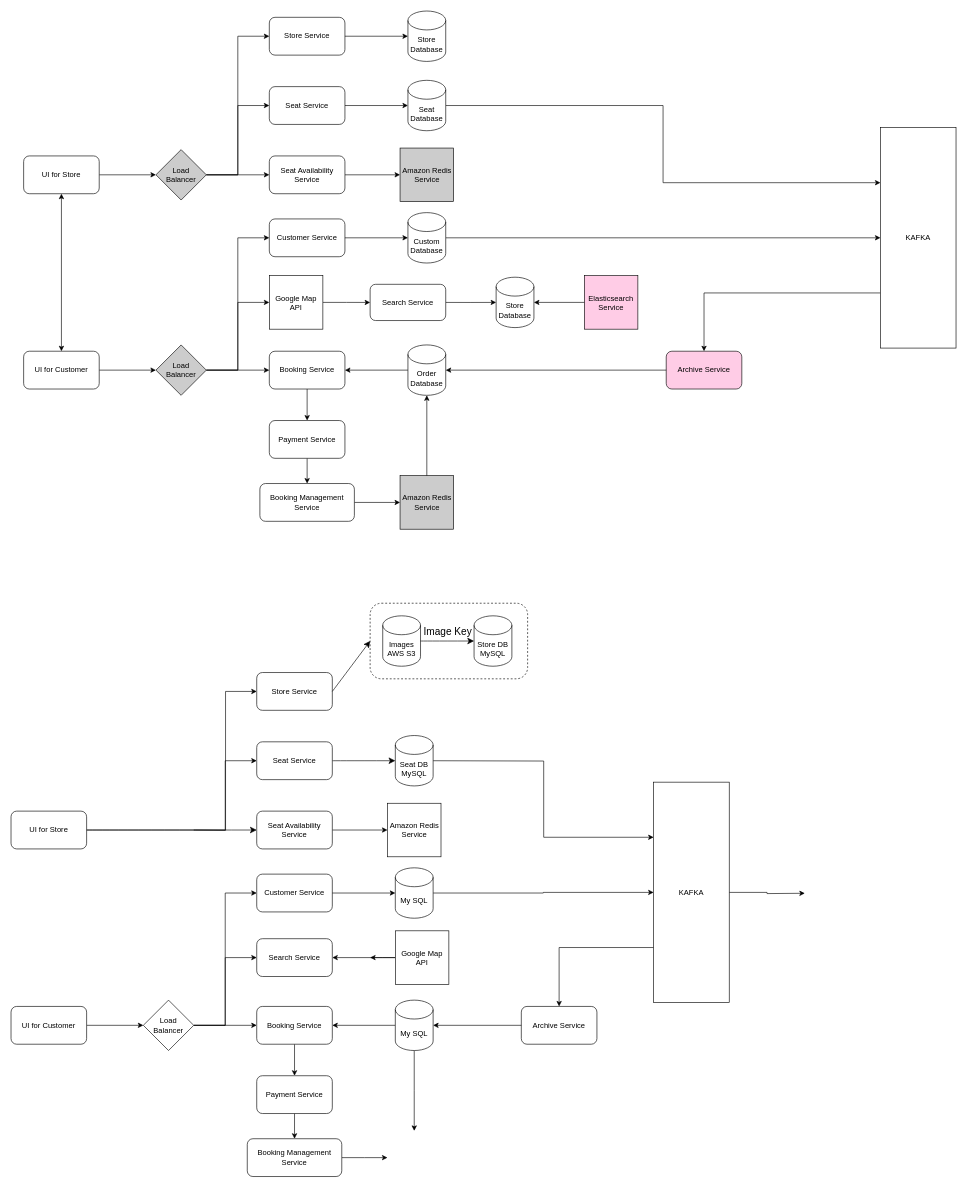
This is Untitled Diagram.drawio from dodooodo/feplace, a draw.io file, before an edit. Source tidied: cells renumbered, new cells numbered last; positions are measured from the earlier drawing's top-left corner, leaving out a move shared by most shapes. Both pictures are drawn from the tidied source at 63%, with x=0, y=0 at pixel (11, 11).
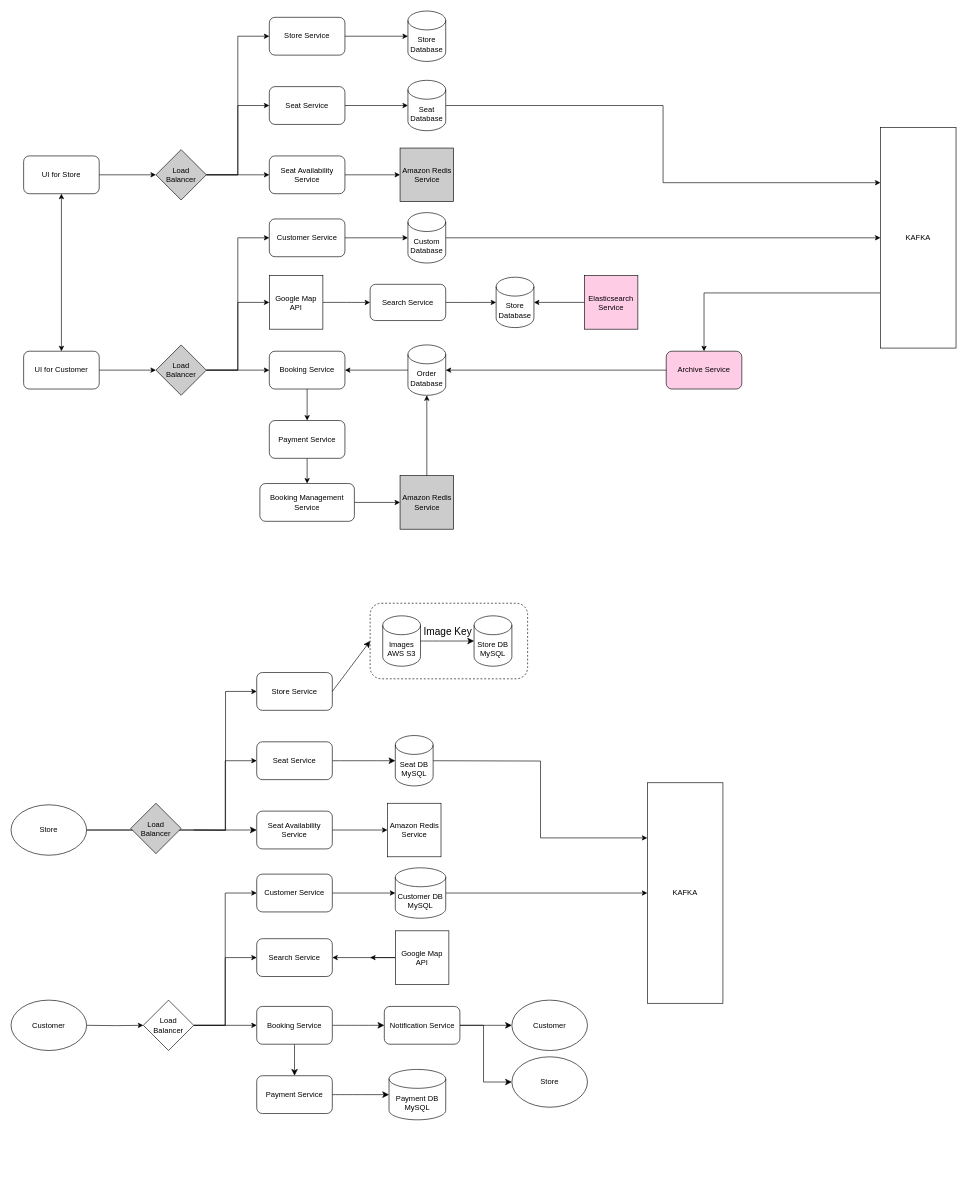
Above is the later version.

Unchanged cells that the change refers to:
```xml
<mxCell id="52" value="Load&lt;div&gt;Balancer&lt;/div&gt;" style="rhombus;whiteSpace=wrap;html=1;" parent="1" vertex="1">
  <mxGeometry x="210" y="1570" width="80" height="80" as="geometry" />
</mxCell>
<mxCell id="55" value="Seat Availability Service" style="rounded=1;whiteSpace=wrap;html=1;" parent="1" vertex="1">
  <mxGeometry x="390" y="1270" width="120" height="60" as="geometry" />
</mxCell>
<mxCell id="58" value="Booking Service" style="rounded=1;whiteSpace=wrap;html=1;" parent="1" vertex="1">
  <mxGeometry x="390" y="1580" width="120" height="60" as="geometry" />
</mxCell>
<mxCell id="60" value="Payment Service" style="rounded=1;whiteSpace=wrap;html=1;" parent="1" vertex="1">
  <mxGeometry x="390" y="1690" width="120" height="60" as="geometry" />
</mxCell>
<mxCell id="78" value="Seat Service" style="rounded=1;whiteSpace=wrap;html=1;" parent="1" vertex="1">
  <mxGeometry x="390" y="1160" width="120" height="60" as="geometry" />
</mxCell>
```

Diff of the diagram source:
```diff
@@
-    <mxCell id="43" style="edgeStyle=none;curved=1;rounded=0;jettySize=auto;html=1;entryX=0;entryY=0.5;entryDx=0;entryDy=0;fontSize=12;startSize=8;endSize=8;" parent="1" edge="1" source="44" target="55">
-      <mxGeometry relative="1" as="geometry" />
+    <mxCell id="43" style="edgeStyle=none;curved=1;rounded=0;jettySize=auto;html=1;entryX=0;entryY=0.5;entryDx=0;entryDy=0;fontSize=12;startSize=8;endSize=8;" parent="1" edge="1" target="55">
+      <mxGeometry relative="1" as="geometry">
+        <mxPoint x="120" y="1300" as="sourcePoint" />
+      </mxGeometry>
     </mxCell>
-    <mxCell id="44" value="UI for Store" style="rounded=1;whiteSpace=wrap;html=1;" parent="1" vertex="1">
-      <mxGeometry y="1270" width="120" height="60" as="geometry" />
-    </mxCell>
-    <mxCell id="45" style="edgeStyle=orthogonalEdgeStyle;rounded=0;jettySize=auto;html=1;exitX=1;exitY=0.5;exitDx=0;exitDy=0;entryX=0;entryY=0.5;entryDx=0;entryDy=0;" parent="1" edge="1" source="46" target="52">
-      <mxGeometry relative="1" as="geometry" />
+    <mxCell id="45" style="edgeStyle=orthogonalEdgeStyle;rounded=0;jettySize=auto;html=1;exitX=1;exitY=0.5;exitDx=0;exitDy=0;entryX=0;entryY=0.5;entryDx=0;entryDy=0;" parent="1" edge="1" target="52">
+      <mxGeometry relative="1" as="geometry">
+        <mxPoint x="120" y="1610" as="sourcePoint" />
+      </mxGeometry>
     </mxCell>
-    <mxCell id="46" value="UI for Customer" style="rounded=1;whiteSpace=wrap;html=1;" parent="1" vertex="1">
-      <mxGeometry y="1580" width="120" height="60" as="geometry" />
-    </mxCell>
@@
-    <mxCell id="48" style="edgeStyle=orthogonalEdgeStyle;rounded=0;jettySize=auto;html=1;exitX=1;exitY=0.5;exitDx=0;exitDy=0;entryX=0;entryY=0.5;entryDx=0;entryDy=0;" parent="1" edge="1" source="44" target="78">
+    <mxCell id="48" style="edgeStyle=orthogonalEdgeStyle;rounded=0;jettySize=auto;html=1;exitX=1;exitY=0.5;exitDx=0;exitDy=0;entryX=0;entryY=0.5;entryDx=0;entryDy=0;" parent="1" edge="1" target="78">
       <mxGeometry relative="1" as="geometry">
+        <mxPoint x="120" y="1300" as="sourcePoint" />
         <Array as="points">
           <mxPoint x="340" y="1300" />
           <mxPoint x="340" y="1190" />
         </Array>
       </mxGeometry>
     </mxCell>
@@
-    <mxCell id="57" style="edgeStyle=orthogonalEdgeStyle;rounded=0;jettySize=auto;html=1;exitX=0.5;exitY=1;exitDx=0;exitDy=0;entryX=0.5;entryY=0;entryDx=0;entryDy=0;" parent="1" edge="1" source="58" target="60">
+    <mxCell id="57" style="edgeStyle=none;curved=1;rounded=0;jettySize=auto;html=1;entryX=0.5;entryY=0;entryDx=0;entryDy=0;fontSize=12;startSize=8;endSize=8;" parent="1" edge="1" source="58" target="60">
       <mxGeometry relative="1" as="geometry" />
     </mxCell>
+    <mxCell id="96" style="edgeStyle=none;curved=1;rounded=0;jettySize=auto;html=1;exitX=1;exitY=0.5;exitDx=0;exitDy=0;fontSize=12;startSize=8;endSize=8;entryX=0;entryY=0.5;entryDx=0;entryDy=0;" parent="1" edge="1" source="58" target="102">
+      <mxGeometry relative="1" as="geometry" />
+    </mxCell>
@@
-    <mxCell id="59" style="edgeStyle=orthogonalEdgeStyle;rounded=0;jettySize=auto;html=1;exitX=0.5;exitY=1;exitDx=0;exitDy=0;entryX=0.5;entryY=0;entryDx=0;entryDy=0;" parent="1" edge="1" source="60" target="62">
-      <mxGeometry relative="1" as="geometry" />
-    </mxCell>
@@
-    <mxCell id="61" style="edgeStyle=orthogonalEdgeStyle;rounded=0;jettySize=auto;html=1;exitX=1;exitY=0.5;exitDx=0;exitDy=0;entryX=0;entryY=0.5;entryDx=0;entryDy=0;" parent="1" edge="1" source="62">
-      <mxGeometry relative="1" as="geometry">
-        <mxPoint x="597.5" y="1820" as="targetPoint" />
-      </mxGeometry>
-    </mxCell>
-    <mxCell id="62" value="Booking Management Service" style="rounded=1;whiteSpace=wrap;html=1;" parent="1" vertex="1">
-      <mxGeometry x="375" y="1790" width="150" height="60" as="geometry" />
-    </mxCell>
-    <mxCell id="63" style="edgeStyle=orthogonalEdgeStyle;rounded=0;jettySize=auto;html=1;exitX=0;exitY=0.5;exitDx=0;exitDy=0;exitPerimeter=0;" parent="1" edge="1" source="65" target="58">
-      <mxGeometry relative="1" as="geometry" />
-    </mxCell>
-    <mxCell id="64" style="edgeStyle=orthogonalEdgeStyle;rounded=0;jettySize=auto;html=1;exitX=0.5;exitY=1;exitDx=0;exitDy=0;exitPerimeter=0;" parent="1" edge="1" source="65">
-      <mxGeometry relative="1" as="geometry">
-        <mxPoint x="640" y="1777.5" as="targetPoint" />
-      </mxGeometry>
-    </mxCell>
-    <mxCell id="65" value="My SQL" style="shape=cylinder3;whiteSpace=wrap;html=1;boundedLbl=1;backgroundOutline=1;size=15;" parent="1" vertex="1">
-      <mxGeometry x="610" y="1570" width="60" height="80" as="geometry" />
-    </mxCell>
@@
-    <mxCell id="71" value="My SQL" style="shape=cylinder3;whiteSpace=wrap;html=1;boundedLbl=1;backgroundOutline=1;size=15;" parent="1" vertex="1">
-      <mxGeometry x="610" y="1360" width="60" height="80" as="geometry" />
+    <mxCell id="71" value="&lt;div&gt;Customer DB&lt;/div&gt;MySQL" style="shape=cylinder3;whiteSpace=wrap;html=1;boundedLbl=1;backgroundOutline=1;size=15;" parent="1" vertex="1">
+      <mxGeometry x="610" y="1360" width="80" height="80" as="geometry" />
     </mxCell>
@@
-    <mxCell id="74" style="edgeStyle=orthogonalEdgeStyle;rounded=0;jettySize=auto;html=1;exitX=0;exitY=0.75;exitDx=0;exitDy=0;" parent="1" edge="1" source="76" target="80">
-      <mxGeometry relative="1" as="geometry" />
-    </mxCell>
-    <mxCell id="75" style="edgeStyle=orthogonalEdgeStyle;rounded=0;jettySize=auto;html=1;exitX=1;exitY=0.5;exitDx=0;exitDy=0;" parent="1" edge="1" source="76">
-      <mxGeometry relative="1" as="geometry">
-        <mxPoint x="1260" y="1400.4" as="targetPoint" />
-      </mxGeometry>
-    </mxCell>
     <mxCell id="76" value="KAFKA" style="rounded=0;whiteSpace=wrap;html=1;" parent="1" vertex="1">
-      <mxGeometry x="1020" y="1224" width="120" height="350" as="geometry" />
+      <mxGeometry x="1010" y="1225" width="120" height="350" as="geometry" />
     </mxCell>
@@
-    <mxCell id="80" value="Archive Service" style="rounded=1;whiteSpace=wrap;html=1;" parent="1" vertex="1">
-      <mxGeometry x="810" y="1580" width="120" height="60" as="geometry" />
-    </mxCell>
-    <mxCell id="81" style="edgeStyle=orthogonalEdgeStyle;rounded=0;jettySize=auto;html=1;exitX=0;exitY=0.5;exitDx=0;exitDy=0;entryX=1;entryY=0.5;entryDx=0;entryDy=0;entryPerimeter=0;" parent="1" edge="1" source="80" target="65">
-      <mxGeometry relative="1" as="geometry" />
-    </mxCell>
@@
+    <mxCell id="97" value="Load&lt;div&gt;Balancer&lt;/div&gt;" style="rhombus;whiteSpace=wrap;html=1;fillColor=#CCCCCC;" parent="1" vertex="1">
+      <mxGeometry x="190" y="1257.5" width="80" height="80" as="geometry" />
+    </mxCell>
@@
+    <mxCell id="98" value="&lt;div&gt;Payment DB&lt;/div&gt;MySQL" style="shape=cylinder3;whiteSpace=wrap;html=1;boundedLbl=1;backgroundOutline=1;size=15;" parent="1" vertex="1">
+      <mxGeometry x="600" y="1680" width="90" height="80" as="geometry" />
+    </mxCell>
@@
+    <mxCell id="99" style="edgeStyle=none;curved=1;rounded=0;jettySize=auto;html=1;entryX=0;entryY=0.5;entryDx=0;entryDy=0;entryPerimeter=0;fontSize=12;startSize=8;endSize=8;" parent="1" edge="1" source="60" target="98">
+      <mxGeometry relative="1" as="geometry" />
+    </mxCell>
@@
+    <mxCell id="100" style="edgeStyle=none;curved=1;rounded=0;jettySize=auto;html=1;exitX=1;exitY=0.5;exitDx=0;exitDy=0;fontSize=12;startSize=8;endSize=8;entryX=0;entryY=0.5;entryDx=0;entryDy=0;" parent="1" edge="1" source="102" target="105">
+      <mxGeometry relative="1" as="geometry" />
+    </mxCell>
@@
+    <mxCell id="101" style="edgeStyle=none;curved=0;rounded=0;jettySize=auto;html=1;exitX=1;exitY=0.5;exitDx=0;exitDy=0;entryX=0;entryY=0.5;entryDx=0;entryDy=0;fontSize=12;startSize=8;endSize=8;" parent="1" edge="1" source="102" target="106">
+      <mxGeometry relative="1" as="geometry">
+        <Array as="points">
+          <mxPoint x="750" y="1610" />
+          <mxPoint x="750" y="1700" />
+        </Array>
+      </mxGeometry>
+    </mxCell>
+    <mxCell id="102" value="Notification Service" style="rounded=1;whiteSpace=wrap;html=1;" parent="1" vertex="1">
+      <mxGeometry x="592.5" y="1580" width="120" height="60" as="geometry" />
+    </mxCell>
+    <mxCell id="103" value="Customer" style="ellipse;whiteSpace=wrap;html=1;" parent="1" vertex="1">
+      <mxGeometry y="1570" width="120" height="80" as="geometry" />
+    </mxCell>
+    <mxCell id="104" value="Store" style="ellipse;whiteSpace=wrap;html=1;" parent="1" vertex="1">
+      <mxGeometry y="1260" width="120" height="80" as="geometry" />
+    </mxCell>
+    <mxCell id="105" value="Customer" style="ellipse;whiteSpace=wrap;html=1;" parent="1" vertex="1">
+      <mxGeometry x="795" y="1570" width="120" height="80" as="geometry" />
+    </mxCell>
+    <mxCell id="106" value="Store" style="ellipse;whiteSpace=wrap;html=1;" parent="1" vertex="1">
+      <mxGeometry x="795" y="1660" width="120" height="80" as="geometry" />
+    </mxCell>
```
